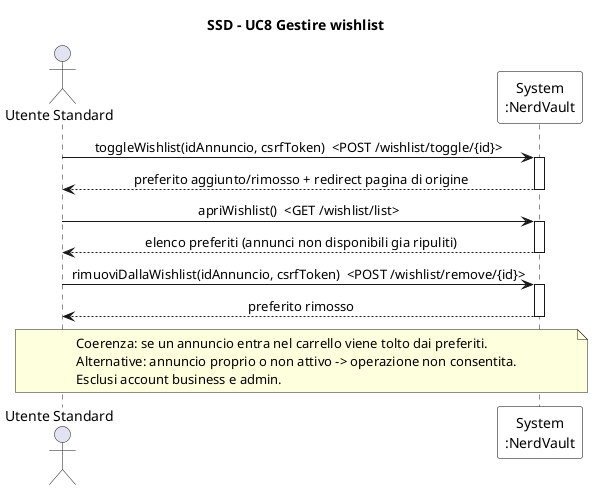
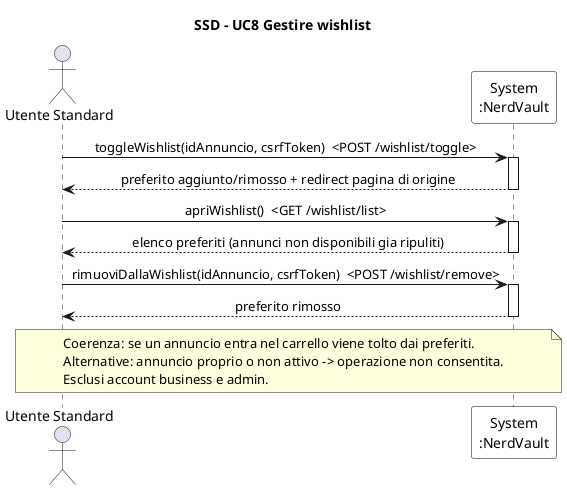
@startuml SSD_UC8_Wishlist
' System Sequence Diagram - UC8 Gestire wishlist
title SSD - UC8 Gestire wishlist

skinparam sequenceMessageAlign center
skinparam participant {
  BorderColor black
  BackgroundColor white
}

actor "Utente Standard" as U
participant "System\n:NerdVault" as S

- U -> S : toggleWishlist(idAnnuncio, csrfToken)  <POST /wishlist/toggle/{id}>
+ U -> S : toggleWishlist(idAnnuncio, csrfToken)  <POST /wishlist/toggle>
activate S
S --> U : preferito aggiunto/rimosso + redirect pagina di origine
deactivate S

U -> S : apriWishlist()  <GET /wishlist/list>
activate S
S --> U : elenco preferiti (annunci non disponibili gia ripuliti)
deactivate S

- U -> S : rimuoviDallaWishlist(idAnnuncio, csrfToken)  <POST /wishlist/remove/{id}>
+ U -> S : rimuoviDallaWishlist(idAnnuncio, csrfToken)  <POST /wishlist/remove>
activate S
S --> U : preferito rimosso
deactivate S

note over U, S
  Coerenza: se un annuncio entra nel carrello viene tolto dai preferiti.
  Alternative: annuncio proprio o non attivo -> operazione non consentita.
  Esclusi account business e admin.
end note
@enduml
